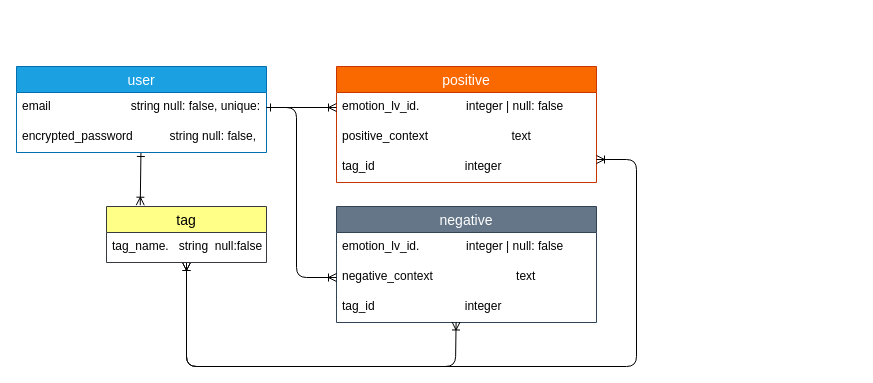
firecomenntdo/emoreco_app keeps this draw.io diagram as ER.dio. Above is the earlier version. Source tidied: cells renumbered, new cells numbered last; positions are measured from the earlier drawing's top-left corner, leaving out a move shared by most shapes. Both pictures are drawn from the tidied source at 100%, with x=0, y=0 at pixel (16, 66).
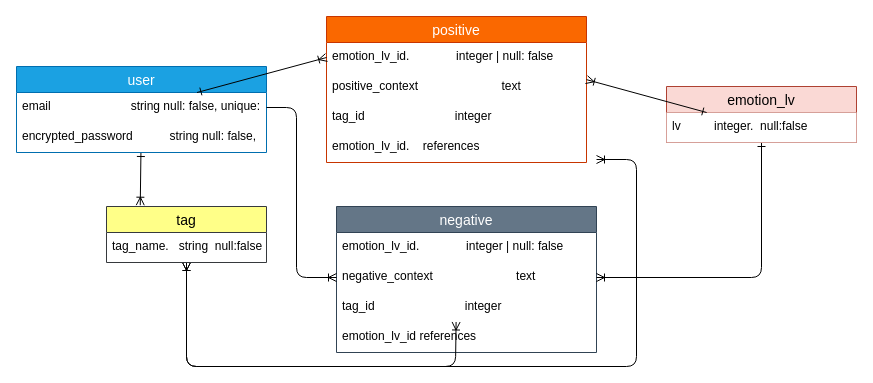
The same diagram, later.

The change refers to these unchanged cells:
```xml
<mxCell id="8" value="positive_context                         text" style="text;strokeColor=none;fillColor=none;spacingLeft=4;spacingRight=4;overflow=hidden;points=[[0,0.5],[1,0.5]];portConstraint=eastwest;fontSize=12;fillStyle=solid;fontColor=#000000;" parent="6" vertex="1">
  <mxGeometry y="56" width="260" height="30" as="geometry" />
</mxCell>
<mxCell id="12" value="negative_context                         text" style="text;strokeColor=none;fillColor=none;spacingLeft=4;spacingRight=4;overflow=hidden;points=[[0,0.5],[1,0.5]];portConstraint=eastwest;fontSize=12;fillStyle=solid;fontColor=#000000;" parent="10" vertex="1">
  <mxGeometry y="56" width="260" height="30" as="geometry" />
</mxCell>
```

What changed in the source:
```diff
@@
     <mxCell id="6" value="positive" style="swimlane;fontStyle=0;horizontal=1;startSize=26;align=center;fontSize=14;fillStyle=solid;fontColor=#FFFFFF;fillColor=#fa6800;strokeColor=#C73500;swimlaneFillColor=#FFFFFF;" parent="1" vertex="1">
-      <mxGeometry x="320" width="260" height="116" as="geometry" />
+      <mxGeometry x="310" y="-50" width="260" height="146" as="geometry" />
     </mxCell>
@@
+    <mxCell id="20" value="emotion_lv_id.    references" style="text;strokeColor=none;fillColor=none;spacingLeft=4;spacingRight=4;overflow=hidden;fontSize=12;fontColor=#000000;" parent="6" vertex="1">
+      <mxGeometry y="116" width="260" height="30" as="geometry" />
+    </mxCell>
     <mxCell id="10" value="negative" style="swimlane;fontStyle=0;horizontal=1;startSize=26;align=center;fontSize=14;fillStyle=solid;fontColor=#ffffff;fillColor=#647687;strokeColor=#314354;swimlaneFillColor=#FFFFFF;" parent="1" vertex="1">
-      <mxGeometry x="320" y="140" width="260" height="116" as="geometry" />
+      <mxGeometry x="320" y="140" width="260" height="146" as="geometry" />
     </mxCell>
@@
+    <mxCell id="21" value="emotion_lv_id references" style="text;strokeColor=none;fillColor=none;spacingLeft=4;spacingRight=4;overflow=hidden;fontSize=12;fontColor=#000000;" parent="10" vertex="1">
+      <mxGeometry y="116" width="260" height="30" as="geometry" />
+    </mxCell>
@@
+    <mxCell id="22" style="edgeStyle=none;html=1;exitX=0.5;exitY=1;exitDx=0;exitDy=0;entryX=1;entryY=0.5;entryDx=0;entryDy=0;fontColor=#000000;endArrow=ERoneToMany;endFill=0;startArrow=ERone;startFill=0;" parent="1" edge="1" source="23" target="12">
+      <mxGeometry relative="1" as="geometry">
+        <Array as="points">
+          <mxPoint x="745" y="211" />
+        </Array>
+      </mxGeometry>
+    </mxCell>
+    <mxCell id="23" value="emotion_lv" style="swimlane;fontStyle=0;horizontal=1;startSize=26;align=center;fontSize=14;fillColor=#fad9d5;strokeColor=#ae4132;fontColor=#000000;" parent="1" vertex="1">
+      <mxGeometry x="650" y="20" width="190" height="56" as="geometry" />
+    </mxCell>
+    <mxCell id="24" value="lv          integer.  null:false" style="text;strokeColor=none;fillColor=#FFFFFF;spacingLeft=4;spacingRight=4;overflow=hidden;points=[[0,0.5],[1,0.5]];portConstraint=eastwest;fontSize=12;labelBackgroundColor=none;fontColor=#000000;" parent="23" vertex="1">
+      <mxGeometry y="26" width="190" height="30" as="geometry" />
+    </mxCell>
+    <mxCell id="25" style="edgeStyle=none;html=1;fontColor=#000000;entryX=1;entryY=0.238;entryDx=0;entryDy=0;entryPerimeter=0;startArrow=ERone;startFill=0;endArrow=ERoneToMany;endFill=0;" parent="1" edge="1" source="24" target="8">
+      <mxGeometry relative="1" as="geometry" />
+    </mxCell>
```
